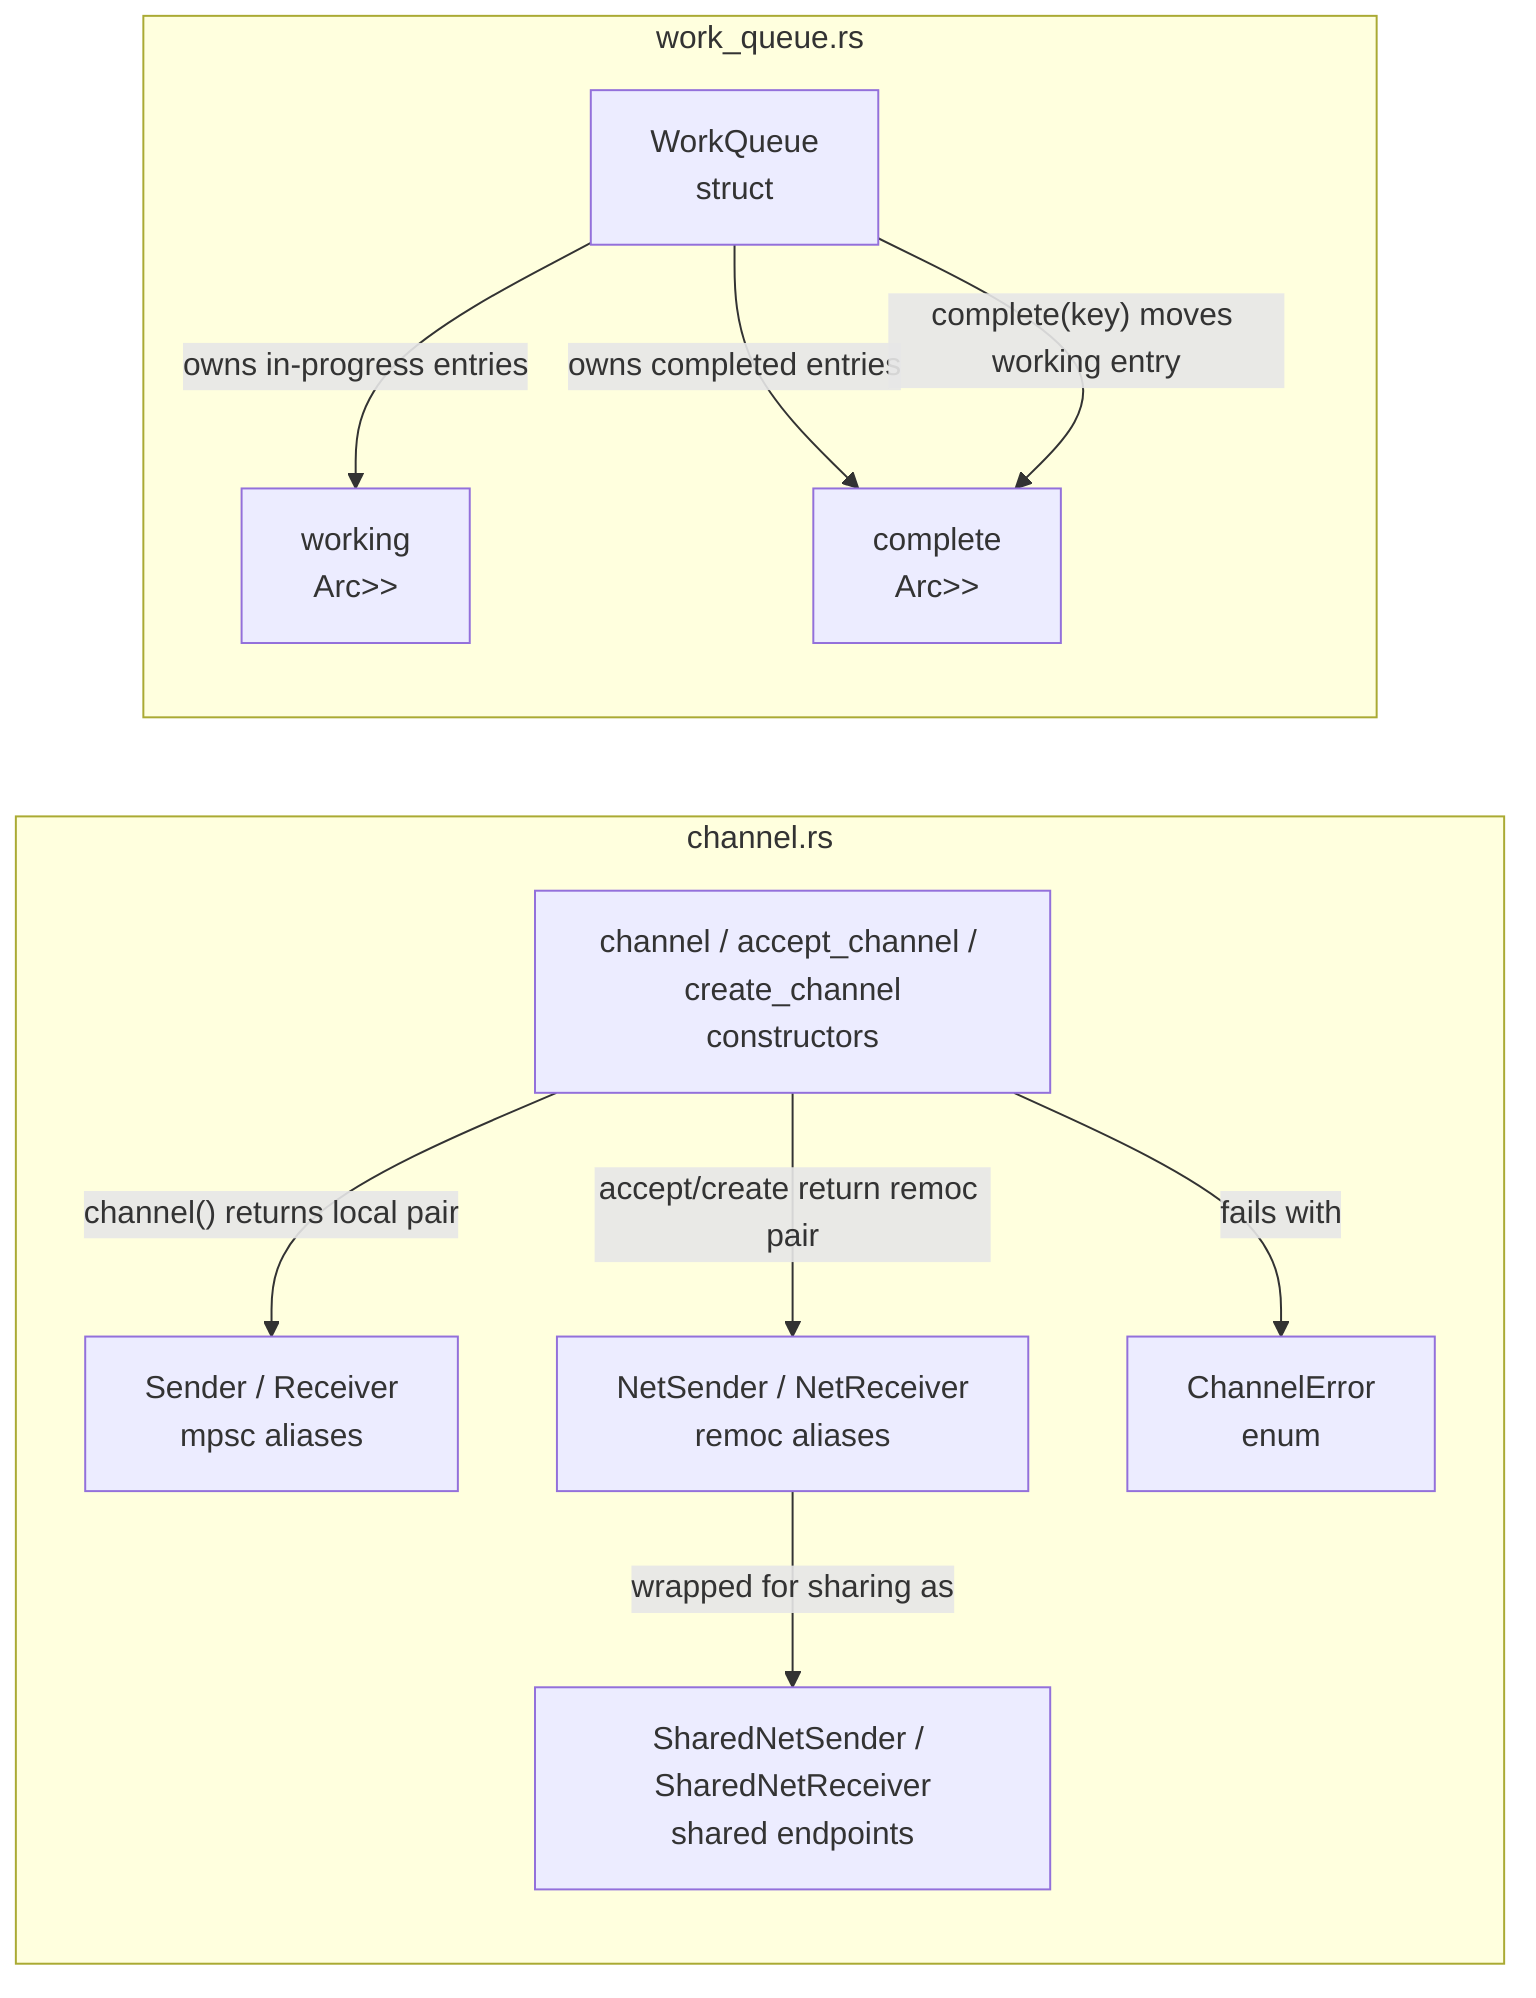
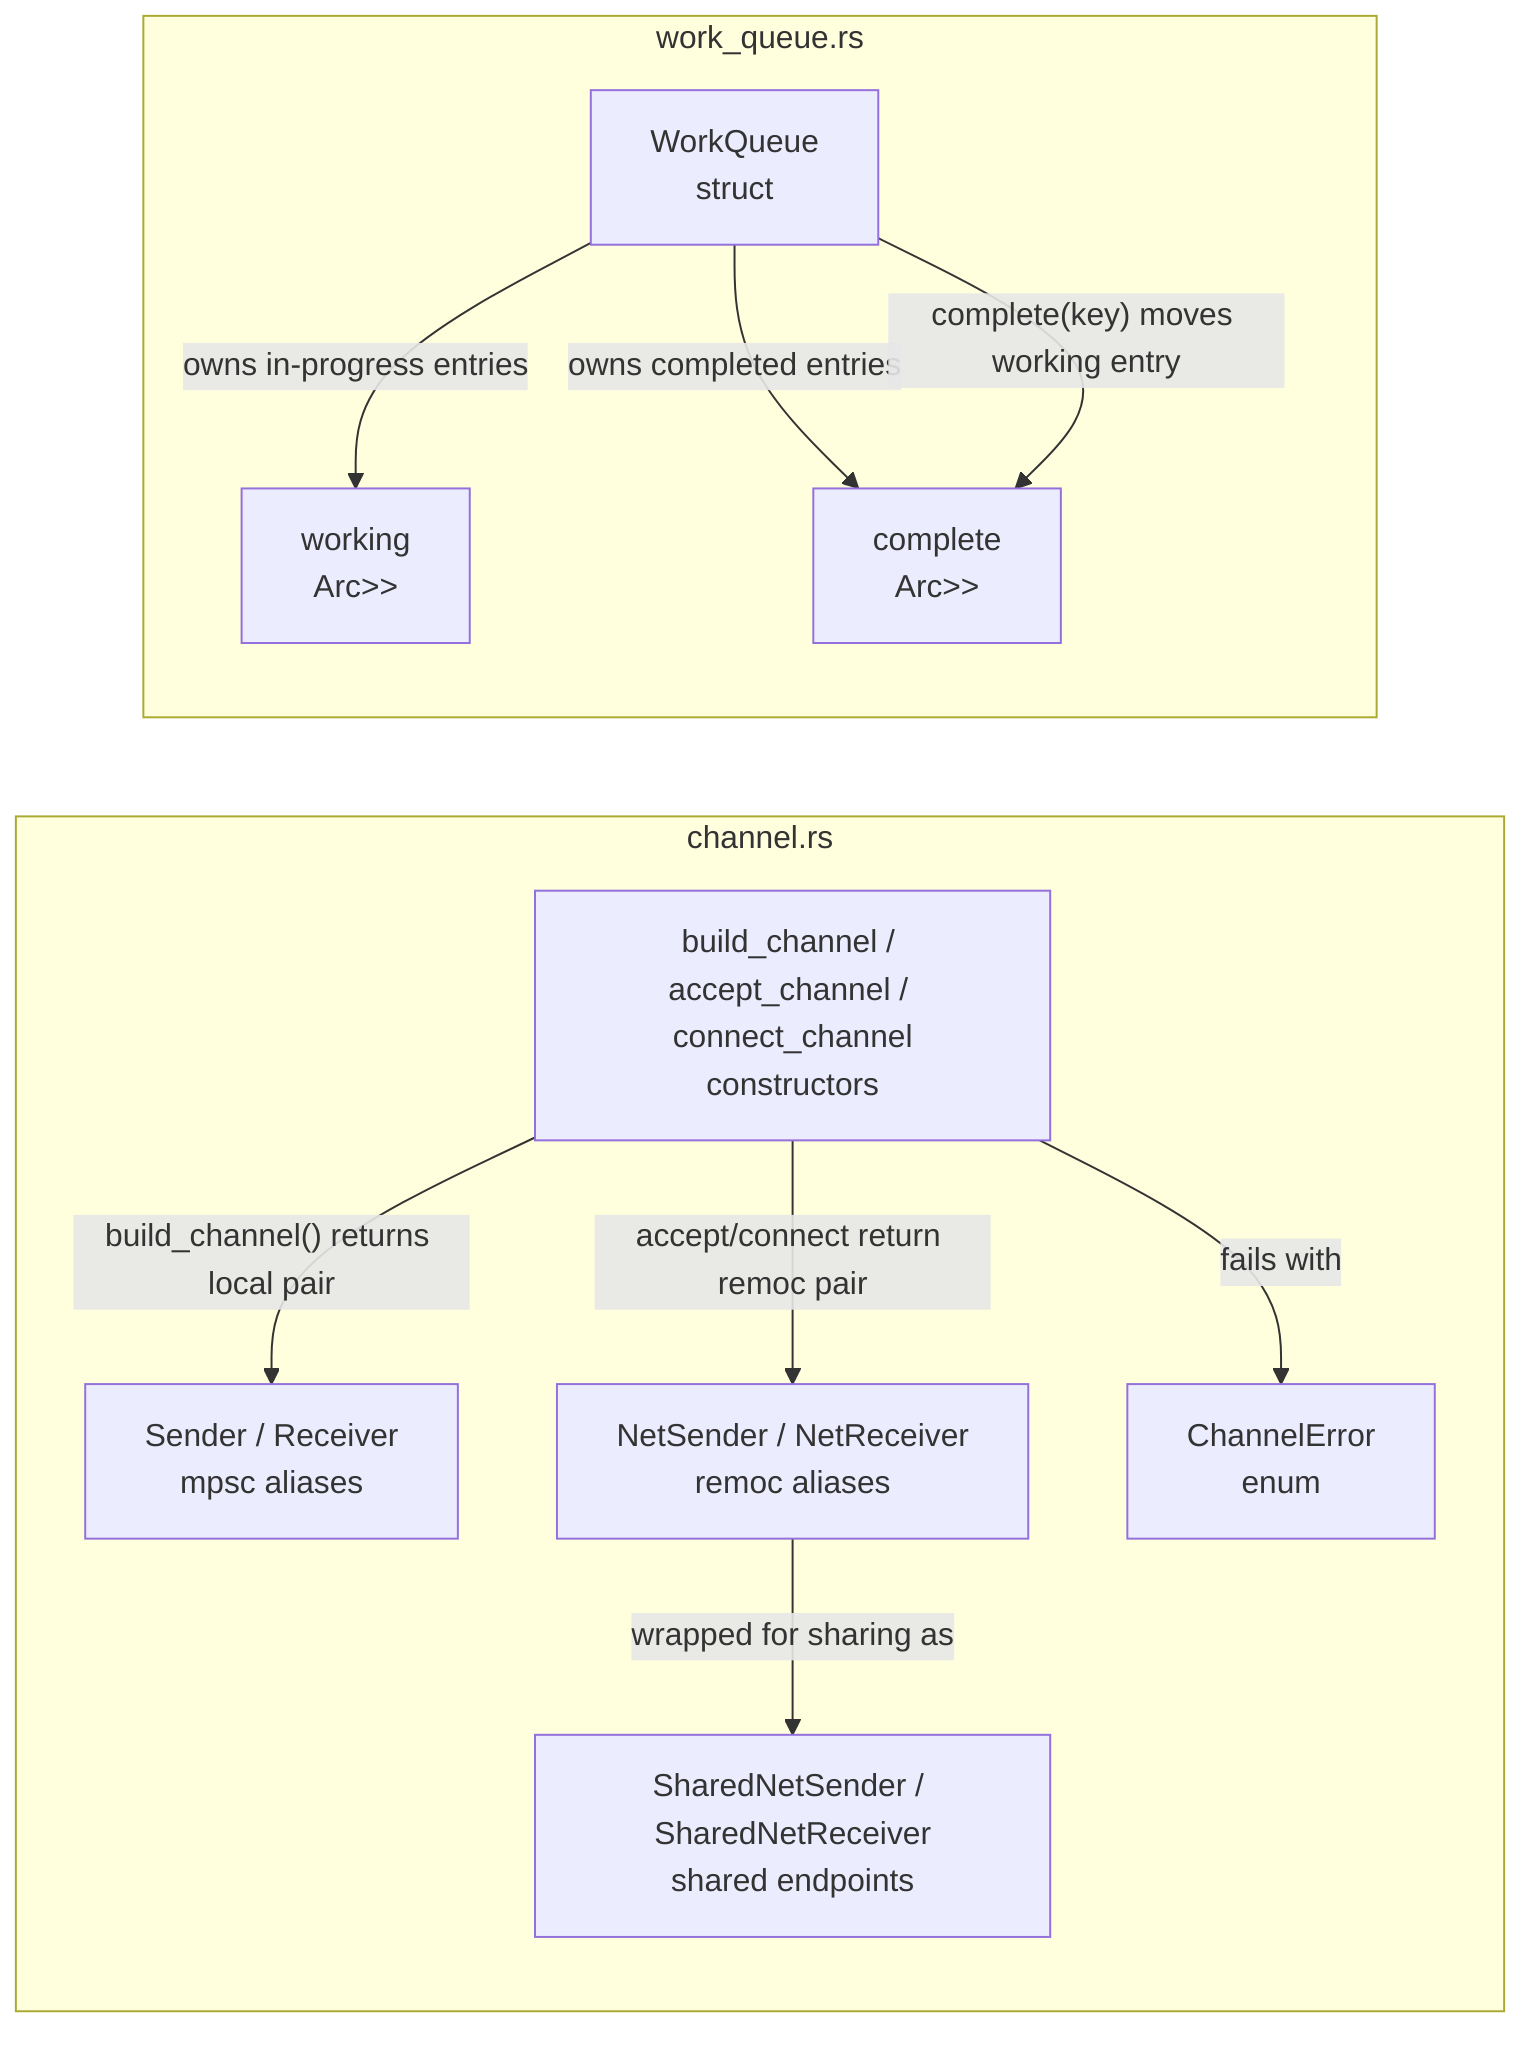
flowchart LR
  %% mod.rs re-exports the channel helpers and WorkQueue.
  subgraph channel_rs[channel.rs]
-     ChannelFns["channel / accept_channel / create_channel\nconstructors"]
+     ChannelFns["build_channel / accept_channel / connect_channel\nconstructors"]
    LocalAliases["Sender / Receiver\nmpsc aliases"]
    NetAliases["NetSender / NetReceiver\nremoc aliases"]
    SharedAliases["SharedNetSender / SharedNetReceiver\nshared endpoints"]
    ChannelError["ChannelError\nenum"]
  end

  subgraph work_queue_rs[work_queue.rs]
    WorkQueue["WorkQueue<K, V>\nstruct"]
    WorkingMap["working\nArc<Mutex<BTreeMap<K, V>>>"]
    CompleteMap["complete\nArc<Mutex<BTreeMap<K, V>>>"]
  end

-   ChannelFns -->|"channel() returns local pair"| LocalAliases
-   ChannelFns -->|"accept/create return remoc pair"| NetAliases
+   ChannelFns -->|"build_channel() returns local pair"| LocalAliases
+   ChannelFns -->|"accept/connect return remoc pair"| NetAliases
  NetAliases -->|"wrapped for sharing as"| SharedAliases
  ChannelFns -->|"fails with"| ChannelError
  WorkQueue -->|"owns in-progress entries"| WorkingMap
  WorkQueue -->|"owns completed entries"| CompleteMap
  WorkQueue -->|"complete(key) moves working entry"| CompleteMap
